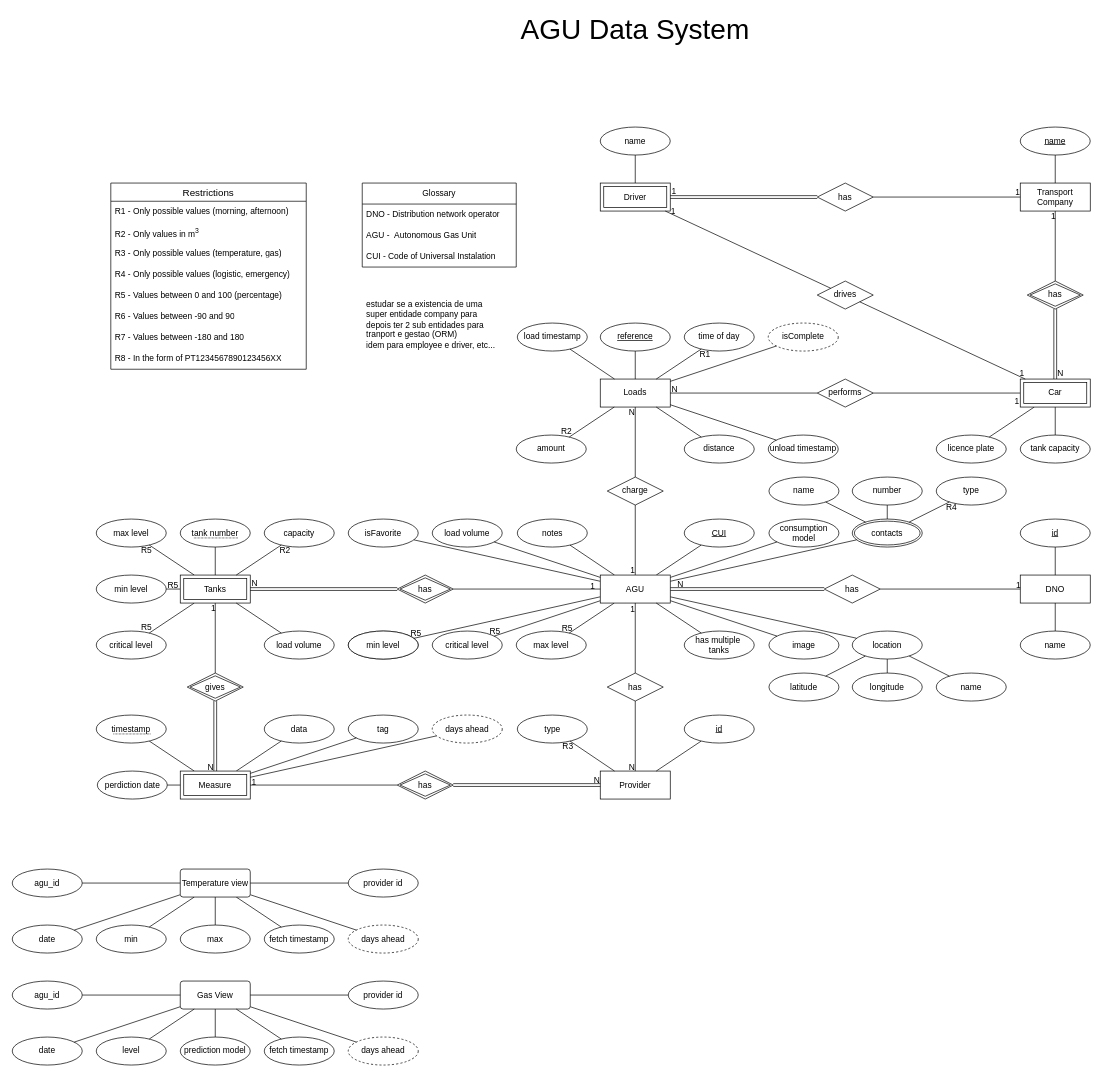
Above: page "ER" (2 of 4) of docs/AGU-diagrams.drawio in AGU-Data-System/AGU-Data-System (draw.io), before the change. Source tidied: cells renumbered, new cells numbered last; positions are measured from the earlier drawing's top-left corner, leaving out a move shared by most shapes. Both pictures are drawn from the tidied source at 70%, with x=0, y=0 at pixel (12, 15).
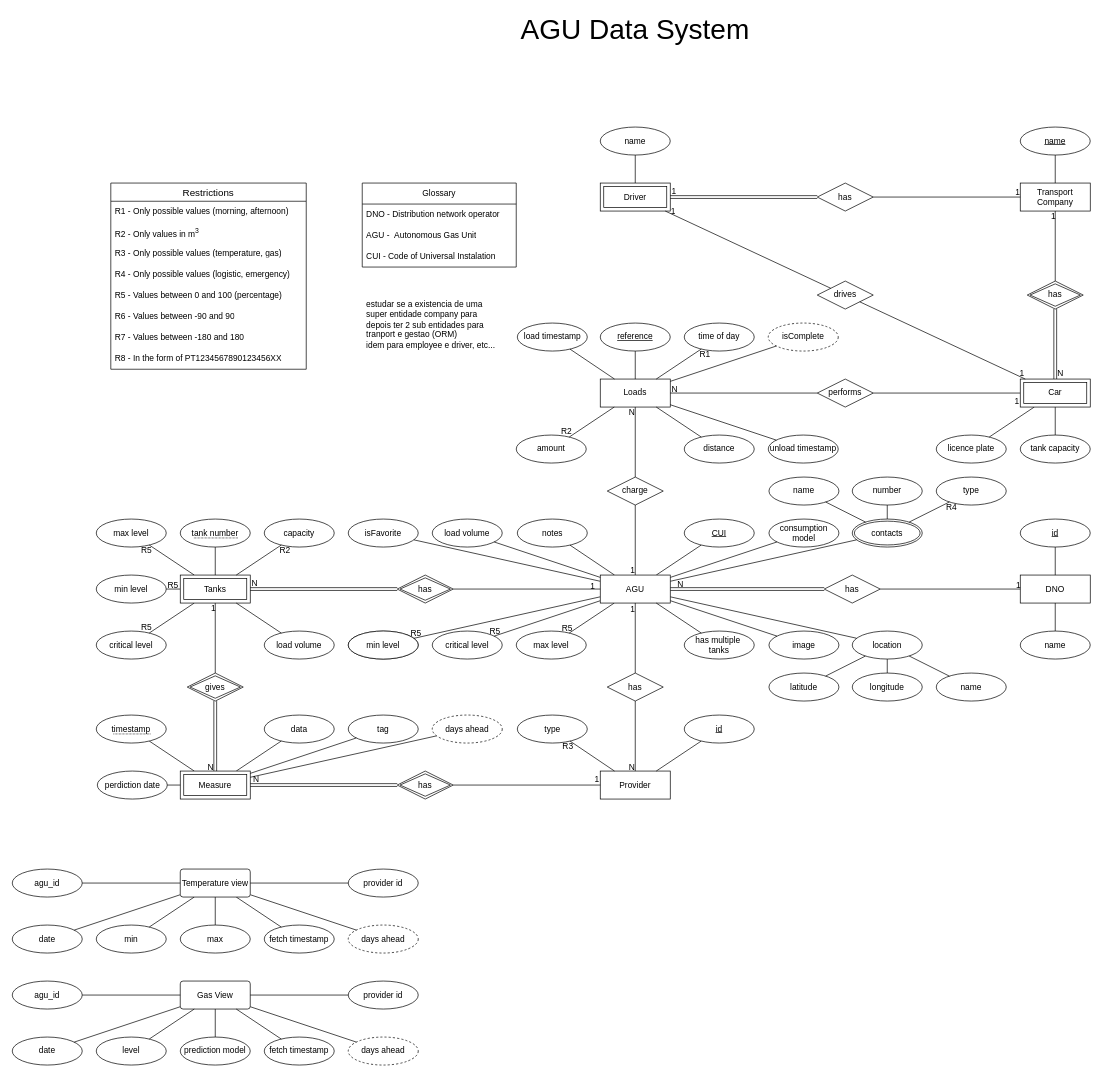
After the change.

The change refers to these unchanged cells:
```xml
<mxCell id="86" value="Provider" style="whiteSpace=wrap;html=1;align=center;" parent="1" vertex="1">
  <mxGeometry x="840" y="1080" width="100" height="40" as="geometry" />
</mxCell>
<mxCell id="151" value="Measure" style="shape=ext;margin=3;double=1;whiteSpace=wrap;html=1;align=center;" parent="1" vertex="1">
  <mxGeometry x="240" y="1080" width="100" height="40" as="geometry" />
</mxCell>
<mxCell id="152" value="has" style="shape=rhombus;double=1;perimeter=rhombusPerimeter;whiteSpace=wrap;html=1;align=center;" parent="1" vertex="1">
  <mxGeometry x="550" y="1080" width="80" height="40" as="geometry" />
</mxCell>
```

What changed in the source:
```diff
@@
-    <mxCell id="153" style="endArrow=none;html=1;rounded=0;" parent="1" edge="1" source="152" target="151">
+    <mxCell id="153" style="endArrow=none;html=1;rounded=0;" parent="1" edge="1" source="152" target="86">
       <mxGeometry relative="1" as="geometry" />
     </mxCell>
     <mxCell id="154" value="1" style="html=1;whiteSpace=wrap;align=right;verticalAlign=bottom;" parent="153" vertex="1">
-      <mxGeometry x="1" relative="1" as="geometry">
-        <mxPoint x="10" y="4" as="offset" />
-      </mxGeometry>
+      <mxGeometry x="1" relative="1" as="geometry" />
     </mxCell>
@@
-    <mxCell id="176" style="shape=link;html=1;rounded=0;" parent="1" edge="1" source="152" target="86">
+    <mxCell id="176" style="shape=link;html=1;rounded=0;" parent="1" edge="1" source="152" target="151">
       <mxGeometry relative="1" as="geometry" />
     </mxCell>
     <mxCell id="177" value="N" style="html=1;whiteSpace=wrap;align=right;verticalAlign=bottom;" parent="176" vertex="1">
       <mxGeometry x="1" relative="1" as="geometry">
-        <mxPoint x="1" y="1" as="offset" />
+        <mxPoint x="14" as="offset" />
       </mxGeometry>
     </mxCell>
```
